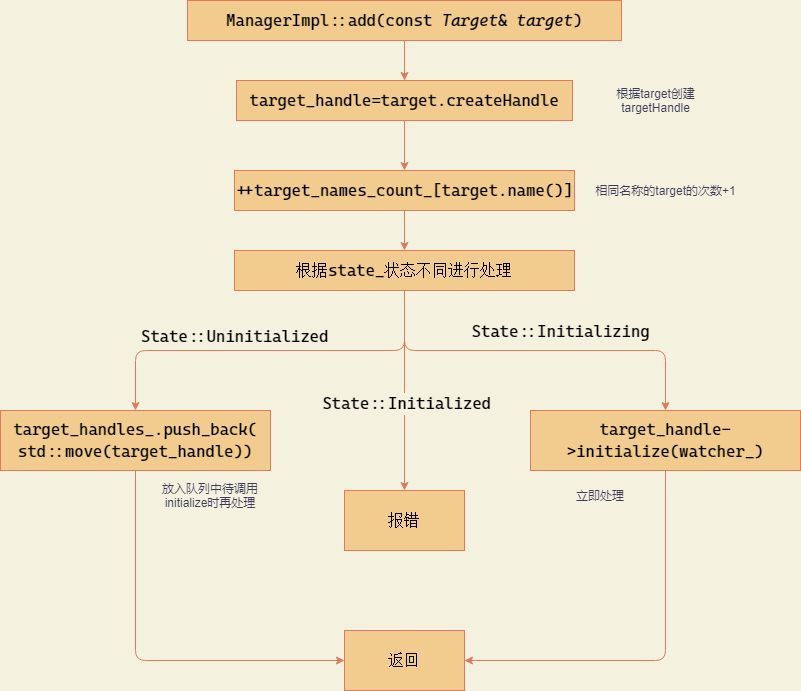
Above: envoy/assets/init-manager-add.drawio.png in pycer/note (draw.io), before the change. Source tidied: cells renumbered, new cells last; positions are measured from the earlier drawing's top-left corner, leaving out a move shared by most shapes.
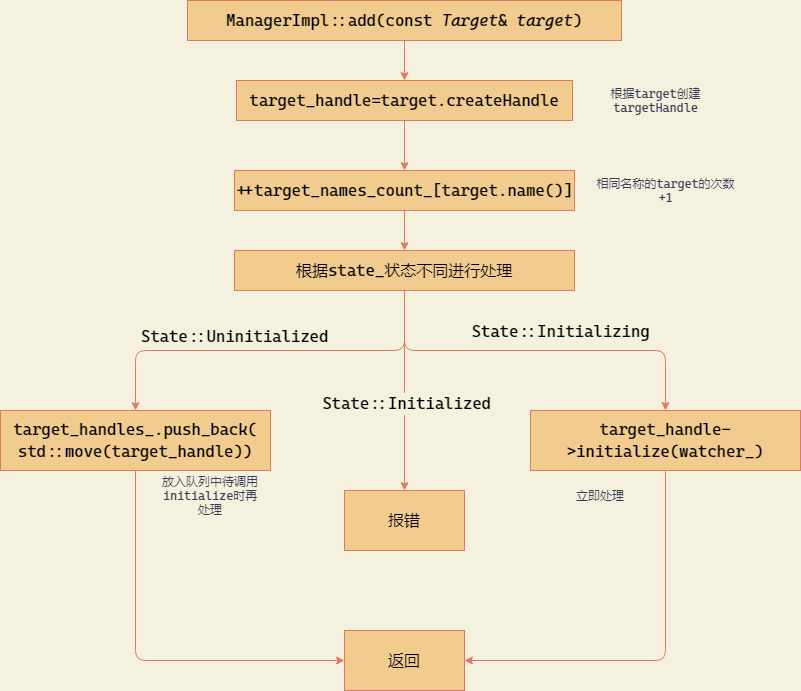
After the change.

Commit message:
[envoy] modify init manager

What changed in the source:
```diff
@@ -2,97 +2,97 @@
   <root>
     <mxCell id="0" />
     <mxCell id="1" parent="0" />
-    <mxCell id="2" style="edgeStyle=orthogonalEdgeStyle;rounded=0;jettySize=auto;html=1;strokeColor=#E07A5F;fontColor=#393C56;labelBackgroundColor=#F4F1DE;" parent="1" edge="1" source="3" target="5">
+    <mxCell id="2" style="edgeStyle=orthogonalEdgeStyle;rounded=0;jettySize=auto;html=1;strokeColor=#E07A5F;fontColor=#393C56;labelBackgroundColor=#F4F1DE;fontFamily=Cascadia Code;" parent="1" edge="1" source="3" target="5">
       <mxGeometry relative="1" as="geometry" />
     </mxCell>
-    <mxCell id="3" value="&lt;div style=&quot;font-family: &amp;#34;cascadia code&amp;#34; , &amp;#34;consolas&amp;#34; , &amp;#34;courier new&amp;#34; , monospace , &amp;#34;consolas&amp;#34; , &amp;#34;courier new&amp;#34; , monospace ; font-size: 16px ; line-height: 22px&quot;&gt;&lt;font color=&quot;#000000&quot;&gt;&lt;span style=&quot;font-family: &amp;#34;cascadia code&amp;#34; , &amp;#34;consolas&amp;#34; , &amp;#34;courier new&amp;#34; , monospace , &amp;#34;consolas&amp;#34; , &amp;#34;courier new&amp;#34; , monospace&quot;&gt;target_handle=&lt;/span&gt;target.createHandle&lt;/font&gt;&lt;/div&gt;" style="rounded=0;whiteSpace=wrap;html=1;fillColor=#F2CC8F;strokeColor=#E07A5F;fontColor=#393C56;" parent="1" vertex="1">
+    <mxCell id="3" value="&lt;div style=&quot;font-size: 16px; line-height: 22px;&quot;&gt;&lt;font color=&quot;#000000&quot;&gt;&lt;span style=&quot;&quot;&gt;target_handle=&lt;/span&gt;target.createHandle&lt;/font&gt;&lt;/div&gt;" style="rounded=0;whiteSpace=wrap;html=1;fillColor=#F2CC8F;strokeColor=#E07A5F;fontColor=#393C56;fontFamily=Cascadia Code;" parent="1" vertex="1">
       <mxGeometry x="236" y="80" width="336" height="40" as="geometry" />
     </mxCell>
-    <mxCell id="4" style="edgeStyle=orthogonalEdgeStyle;rounded=0;jettySize=auto;html=1;strokeColor=#E07A5F;fontColor=#393C56;labelBackgroundColor=#F4F1DE;" parent="1" edge="1" source="5" target="9">
+    <mxCell id="4" style="edgeStyle=orthogonalEdgeStyle;rounded=0;jettySize=auto;html=1;strokeColor=#E07A5F;fontColor=#393C56;labelBackgroundColor=#F4F1DE;fontFamily=Cascadia Code;" parent="1" edge="1" source="5" target="9">
       <mxGeometry relative="1" as="geometry" />
     </mxCell>
-    <mxCell id="5" value="&lt;div style=&quot;font-family: &amp;#34;cascadia code&amp;#34; , &amp;#34;consolas&amp;#34; , &amp;#34;courier new&amp;#34; , monospace , &amp;#34;consolas&amp;#34; , &amp;#34;courier new&amp;#34; , monospace ; font-size: 16px ; line-height: 22px&quot;&gt;&lt;div style=&quot;font-family: &amp;#34;cascadia code&amp;#34; , &amp;#34;consolas&amp;#34; , &amp;#34;courier new&amp;#34; , monospace , &amp;#34;consolas&amp;#34; , &amp;#34;courier new&amp;#34; , monospace ; line-height: 22px&quot;&gt;&lt;font color=&quot;#000000&quot;&gt;++target_names_count_[target.name()]&lt;/font&gt;&lt;/div&gt;&lt;/div&gt;" style="rounded=0;whiteSpace=wrap;html=1;fillColor=#F2CC8F;strokeColor=#E07A5F;fontColor=#393C56;" parent="1" vertex="1">
+    <mxCell id="5" value="&lt;div style=&quot;font-size: 16px; line-height: 22px;&quot;&gt;&lt;div style=&quot;line-height: 22px;&quot;&gt;&lt;font color=&quot;#000000&quot;&gt;++target_names_count_[target.name()]&lt;/font&gt;&lt;/div&gt;&lt;/div&gt;" style="rounded=0;whiteSpace=wrap;html=1;fillColor=#F2CC8F;strokeColor=#E07A5F;fontColor=#393C56;fontFamily=Cascadia Code;" parent="1" vertex="1">
       <mxGeometry x="234" y="170" width="340" height="40" as="geometry" />
     </mxCell>
-    <mxCell id="6" value="&lt;div style=&quot;font-family: &amp;#34;cascadia code&amp;#34; , &amp;#34;consolas&amp;#34; , &amp;#34;courier new&amp;#34; , monospace , &amp;#34;consolas&amp;#34; , &amp;#34;courier new&amp;#34; , monospace ; font-size: 16px ; line-height: 22px&quot;&gt;&lt;font color=&quot;#000000&quot;&gt;target_handles_.push_back(&lt;/font&gt;&lt;/div&gt;&lt;div style=&quot;font-family: &amp;#34;cascadia code&amp;#34; , &amp;#34;consolas&amp;#34; , &amp;#34;courier new&amp;#34; , monospace , &amp;#34;consolas&amp;#34; , &amp;#34;courier new&amp;#34; , monospace ; font-size: 16px ; line-height: 22px&quot;&gt;&lt;font color=&quot;#000000&quot;&gt;std::move(target_handle))&lt;/font&gt;&lt;/div&gt;" style="rounded=0;whiteSpace=wrap;html=1;fillColor=#F2CC8F;strokeColor=#E07A5F;fontColor=#393C56;" parent="1" vertex="1">
+    <mxCell id="6" value="&lt;div style=&quot;font-size: 16px; line-height: 22px;&quot;&gt;&lt;font color=&quot;#000000&quot;&gt;target_handles_.push_back(&lt;/font&gt;&lt;/div&gt;&lt;div style=&quot;font-size: 16px; line-height: 22px;&quot;&gt;&lt;font color=&quot;#000000&quot;&gt;std::move(target_handle))&lt;/font&gt;&lt;/div&gt;" style="rounded=0;whiteSpace=wrap;html=1;fillColor=#F2CC8F;strokeColor=#E07A5F;fontColor=#393C56;fontFamily=Cascadia Code;" parent="1" vertex="1">
       <mxGeometry y="410" width="270" height="60" as="geometry" />
     </mxCell>
-    <mxCell id="7" style="endArrow=classic;html=1;exitX=0.5;exitY=1;exitDx=0;exitDy=0;edgeStyle=orthogonalEdgeStyle;strokeColor=#E07A5F;fontColor=#393C56;labelBackgroundColor=#F4F1DE;" parent="1" edge="1" source="9" target="6">
+    <mxCell id="7" style="endArrow=classic;html=1;exitX=0.5;exitY=1;exitDx=0;exitDy=0;edgeStyle=orthogonalEdgeStyle;strokeColor=#E07A5F;fontColor=#393C56;labelBackgroundColor=#F4F1DE;fontFamily=Cascadia Code;" parent="1" edge="1" source="9" target="6">
       <mxGeometry relative="1" as="geometry" />
     </mxCell>
-    <mxCell id="8" value="&lt;div style=&quot;font-family: &amp;#34;cascadia code&amp;#34; , &amp;#34;consolas&amp;#34; , &amp;#34;courier new&amp;#34; , monospace , &amp;#34;consolas&amp;#34; , &amp;#34;courier new&amp;#34; , monospace ; font-size: 16px ; line-height: 22px&quot;&gt;&lt;font color=&quot;#000000&quot;&gt;State::Uninitialized&lt;/font&gt;&lt;/div&gt;" style="edgeLabel;html=1;align=center;verticalAlign=middle;fontColor=#393C56;labelBackgroundColor=#F4F1DE;" parent="7" vertex="1">
+    <mxCell id="8" value="&lt;div style=&quot;font-size: 16px; line-height: 22px;&quot;&gt;&lt;font color=&quot;#000000&quot;&gt;State::Uninitialized&lt;/font&gt;&lt;/div&gt;" style="edgeLabel;html=1;align=center;verticalAlign=middle;fontColor=#393C56;labelBackgroundColor=#F4F1DE;fontFamily=Cascadia Code;" parent="7" vertex="1">
       <mxGeometry x="0.15" relative="1" as="geometry">
         <mxPoint x="-7" y="-15" as="offset" />
       </mxGeometry>
     </mxCell>
-    <mxCell id="9" value="&lt;div style=&quot;font-family: &amp;#34;cascadia code&amp;#34; , &amp;#34;consolas&amp;#34; , &amp;#34;courier new&amp;#34; , monospace , &amp;#34;consolas&amp;#34; , &amp;#34;courier new&amp;#34; , monospace ; font-size: 16px ; line-height: 22px&quot;&gt;&lt;div style=&quot;font-family: &amp;#34;cascadia code&amp;#34; , &amp;#34;consolas&amp;#34; , &amp;#34;courier new&amp;#34; , monospace , &amp;#34;consolas&amp;#34; , &amp;#34;courier new&amp;#34; , monospace ; line-height: 22px&quot;&gt;&lt;font color=&quot;#000000&quot;&gt;根据state_状态不同进行处理&lt;/font&gt;&lt;/div&gt;&lt;/div&gt;" style="rounded=0;whiteSpace=wrap;html=1;fillColor=#F2CC8F;strokeColor=#E07A5F;fontColor=#393C56;" parent="1" vertex="1">
+    <mxCell id="9" value="&lt;div style=&quot;font-size: 16px; line-height: 22px;&quot;&gt;&lt;div style=&quot;line-height: 22px;&quot;&gt;&lt;font color=&quot;#000000&quot;&gt;根据state_状态不同进行处理&lt;/font&gt;&lt;/div&gt;&lt;/div&gt;" style="rounded=0;whiteSpace=wrap;html=1;fillColor=#F2CC8F;strokeColor=#E07A5F;fontColor=#393C56;fontFamily=Cascadia Code;" parent="1" vertex="1">
       <mxGeometry x="234" y="250" width="340" height="40" as="geometry" />
     </mxCell>
-    <mxCell id="10" value="&lt;div style=&quot;font-family: &amp;#34;cascadia code&amp;#34; , &amp;#34;consolas&amp;#34; , &amp;#34;courier new&amp;#34; , monospace , &amp;#34;consolas&amp;#34; , &amp;#34;courier new&amp;#34; , monospace ; font-size: 16px ; line-height: 22px&quot;&gt;&lt;div style=&quot;font-family: &amp;#34;cascadia code&amp;#34; , &amp;#34;consolas&amp;#34; , &amp;#34;courier new&amp;#34; , monospace , &amp;#34;consolas&amp;#34; , &amp;#34;courier new&amp;#34; , monospace ; line-height: 22px&quot;&gt;&lt;font color=&quot;#000000&quot;&gt;target_handle-&amp;gt;initialize(watcher_)&lt;/font&gt;&lt;/div&gt;&lt;/div&gt;" style="rounded=0;whiteSpace=wrap;html=1;fillColor=#F2CC8F;strokeColor=#E07A5F;fontColor=#393C56;" parent="1" vertex="1">
+    <mxCell id="10" value="&lt;div style=&quot;font-size: 16px; line-height: 22px;&quot;&gt;&lt;div style=&quot;line-height: 22px;&quot;&gt;&lt;font color=&quot;#000000&quot;&gt;target_handle-&amp;gt;initialize(watcher_)&lt;/font&gt;&lt;/div&gt;&lt;/div&gt;" style="rounded=0;whiteSpace=wrap;html=1;fillColor=#F2CC8F;strokeColor=#E07A5F;fontColor=#393C56;fontFamily=Cascadia Code;" parent="1" vertex="1">
       <mxGeometry x="530" y="410" width="270" height="60" as="geometry" />
     </mxCell>
-    <mxCell id="11" style="endArrow=classic;html=1;exitX=0.5;exitY=1;exitDx=0;exitDy=0;edgeStyle=orthogonalEdgeStyle;entryX=0.5;entryY=0;entryDx=0;entryDy=0;strokeColor=#E07A5F;fontColor=#393C56;labelBackgroundColor=#F4F1DE;" parent="1" edge="1" source="9" target="10">
+    <mxCell id="11" style="endArrow=classic;html=1;exitX=0.5;exitY=1;exitDx=0;exitDy=0;edgeStyle=orthogonalEdgeStyle;entryX=0.5;entryY=0;entryDx=0;entryDy=0;strokeColor=#E07A5F;fontColor=#393C56;labelBackgroundColor=#F4F1DE;fontFamily=Cascadia Code;" parent="1" edge="1" source="9" target="10">
       <mxGeometry relative="1" as="geometry" />
     </mxCell>
-    <mxCell id="12" value="&lt;div style=&quot;font-family: &amp;#34;cascadia code&amp;#34; , &amp;#34;consolas&amp;#34; , &amp;#34;courier new&amp;#34; , monospace , &amp;#34;consolas&amp;#34; , &amp;#34;courier new&amp;#34; , monospace ; font-size: 16px ; line-height: 22px&quot;&gt;&lt;font color=&quot;#000000&quot;&gt;State::Initializing&lt;/font&gt;&lt;/div&gt;" style="edgeLabel;html=1;align=center;verticalAlign=middle;fontColor=#393C56;labelBackgroundColor=#F4F1DE;" parent="11" vertex="1">
+    <mxCell id="12" value="&lt;div style=&quot;font-size: 16px; line-height: 22px;&quot;&gt;&lt;font color=&quot;#000000&quot;&gt;State::Initializing&lt;/font&gt;&lt;/div&gt;" style="edgeLabel;html=1;align=center;verticalAlign=middle;fontColor=#393C56;labelBackgroundColor=#F4F1DE;fontFamily=Cascadia Code;" parent="11" vertex="1">
       <mxGeometry x="-0.13" y="2" relative="1" as="geometry">
         <mxPoint x="50" y="-18" as="offset" />
       </mxGeometry>
     </mxCell>
-    <mxCell id="13" style="endArrow=classic;html=1;entryX=0.5;entryY=0;entryDx=0;entryDy=0;strokeColor=#E07A5F;fontColor=#393C56;labelBackgroundColor=#F4F1DE;" parent="1" edge="1">
+    <mxCell id="13" style="endArrow=classic;html=1;entryX=0.5;entryY=0;entryDx=0;entryDy=0;strokeColor=#E07A5F;fontColor=#393C56;labelBackgroundColor=#F4F1DE;fontFamily=Cascadia Code;" parent="1" edge="1">
       <mxGeometry relative="1" as="geometry">
         <mxPoint x="404" y="290" as="sourcePoint" />
         <mxPoint x="404" y="490" as="targetPoint" />
       </mxGeometry>
     </mxCell>
-    <mxCell id="14" value="&lt;div style=&quot;font-family: &amp;#34;cascadia code&amp;#34; , &amp;#34;consolas&amp;#34; , &amp;#34;courier new&amp;#34; , monospace , &amp;#34;consolas&amp;#34; , &amp;#34;courier new&amp;#34; , monospace ; font-size: 16px ; line-height: 22px&quot;&gt;&lt;font color=&quot;#000000&quot;&gt;State::Initialized&lt;/font&gt;&lt;/div&gt;" style="edgeLabel;html=1;align=center;verticalAlign=middle;fontColor=#393C56;labelBackgroundColor=#F4F1DE;" parent="13" vertex="1">
+    <mxCell id="14" value="&lt;div style=&quot;font-size: 16px; line-height: 22px;&quot;&gt;&lt;font color=&quot;#000000&quot;&gt;State::Initialized&lt;/font&gt;&lt;/div&gt;" style="edgeLabel;html=1;align=center;verticalAlign=middle;fontColor=#393C56;labelBackgroundColor=#F4F1DE;fontFamily=Cascadia Code;" parent="13" vertex="1">
       <mxGeometry x="0.12" y="1" relative="1" as="geometry" />
     </mxCell>
-    <mxCell id="15" style="edgeStyle=orthogonalEdgeStyle;rounded=0;jettySize=auto;html=1;strokeColor=#E07A5F;fontColor=#393C56;labelBackgroundColor=#F4F1DE;" parent="1" edge="1" source="16" target="3">
+    <mxCell id="15" style="edgeStyle=orthogonalEdgeStyle;rounded=0;jettySize=auto;html=1;strokeColor=#E07A5F;fontColor=#393C56;labelBackgroundColor=#F4F1DE;fontFamily=Cascadia Code;" parent="1" edge="1" source="16" target="3">
       <mxGeometry relative="1" as="geometry" />
     </mxCell>
-    <mxCell id="16" value="&lt;div style=&quot;font-family: &amp;#34;cascadia code&amp;#34; , &amp;#34;consolas&amp;#34; , &amp;#34;courier new&amp;#34; , monospace , &amp;#34;consolas&amp;#34; , &amp;#34;courier new&amp;#34; , monospace ; font-size: 16px ; line-height: 22px&quot;&gt;&lt;div style=&quot;font-family: &amp;#34;cascadia code&amp;#34; , &amp;#34;consolas&amp;#34; , &amp;#34;courier new&amp;#34; , monospace , &amp;#34;consolas&amp;#34; , &amp;#34;courier new&amp;#34; , monospace ; line-height: 22px&quot;&gt;&lt;font color=&quot;#000000&quot;&gt;ManagerImpl::add(const &lt;span style=&quot;font-style: italic&quot;&gt;Target&lt;/span&gt;&amp;amp; &lt;span style=&quot;font-style: italic&quot;&gt;target&lt;/span&gt;)&lt;/font&gt;&lt;/div&gt;&lt;/div&gt;" style="rounded=0;whiteSpace=wrap;html=1;fillColor=#F2CC8F;strokeColor=#E07A5F;fontColor=#393C56;" parent="1" vertex="1">
+    <mxCell id="16" value="&lt;div style=&quot;font-size: 16px; line-height: 22px;&quot;&gt;&lt;div style=&quot;line-height: 22px;&quot;&gt;&lt;font color=&quot;#000000&quot;&gt;ManagerImpl::add(const &lt;span style=&quot;font-style: italic&quot;&gt;Target&lt;/span&gt;&amp;amp; &lt;span style=&quot;font-style: italic&quot;&gt;target&lt;/span&gt;)&lt;/font&gt;&lt;/div&gt;&lt;/div&gt;" style="rounded=0;whiteSpace=wrap;html=1;fillColor=#F2CC8F;strokeColor=#E07A5F;fontColor=#393C56;fontFamily=Cascadia Code;" parent="1" vertex="1">
       <mxGeometry x="187" width="434" height="40" as="geometry" />
     </mxCell>
-    <mxCell id="17" value="&lt;font face=&quot;cascadia code, consolas, courier new, monospace, consolas, courier new, monospace&quot; color=&quot;#000000&quot;&gt;&lt;span style=&quot;font-size: 16px&quot;&gt;返回&lt;/span&gt;&lt;/font&gt;" style="whiteSpace=wrap;html=1;rounded=0;fillColor=#F2CC8F;strokeColor=#E07A5F;fontColor=#393C56;" parent="1" vertex="1">
+    <mxCell id="17" value="&lt;font color=&quot;#000000&quot;&gt;&lt;span style=&quot;font-size: 16px&quot;&gt;返回&lt;/span&gt;&lt;/font&gt;" style="whiteSpace=wrap;html=1;rounded=0;fillColor=#F2CC8F;strokeColor=#E07A5F;fontColor=#393C56;fontFamily=Cascadia Code;" parent="1" vertex="1">
       <mxGeometry x="344" y="630" width="120" height="60" as="geometry" />
     </mxCell>
-    <mxCell id="18" style="endArrow=classic;html=1;exitX=0.5;exitY=1;exitDx=0;exitDy=0;entryX=1;entryY=0.5;entryDx=0;entryDy=0;strokeColor=#E07A5F;fontColor=#393C56;labelBackgroundColor=#F4F1DE;" parent="1" edge="1" source="10" target="17">
+    <mxCell id="18" style="endArrow=classic;html=1;exitX=0.5;exitY=1;exitDx=0;exitDy=0;entryX=1;entryY=0.5;entryDx=0;entryDy=0;strokeColor=#E07A5F;fontColor=#393C56;labelBackgroundColor=#F4F1DE;fontFamily=Cascadia Code;" parent="1" edge="1" source="10" target="17">
       <mxGeometry relative="1" as="geometry">
         <Array as="points">
           <mxPoint x="665" y="660" />
         </Array>
       </mxGeometry>
     </mxCell>
-    <mxCell id="19" style="endArrow=classic;html=1;exitX=0.5;exitY=1;exitDx=0;exitDy=0;entryX=0;entryY=0.5;entryDx=0;entryDy=0;edgeStyle=orthogonalEdgeStyle;strokeColor=#E07A5F;fontColor=#393C56;labelBackgroundColor=#F4F1DE;" parent="1" edge="1" source="6" target="17">
+    <mxCell id="19" style="endArrow=classic;html=1;exitX=0.5;exitY=1;exitDx=0;exitDy=0;entryX=0;entryY=0.5;entryDx=0;entryDy=0;edgeStyle=orthogonalEdgeStyle;strokeColor=#E07A5F;fontColor=#393C56;labelBackgroundColor=#F4F1DE;fontFamily=Cascadia Code;" parent="1" edge="1" source="6" target="17">
       <mxGeometry relative="1" as="geometry">
         <Array as="points">
           <mxPoint x="135" y="660" />
         </Array>
       </mxGeometry>
     </mxCell>
-    <mxCell id="20" value="根据target创建targetHandle" style="text;html=1;strokeColor=none;fillColor=none;align=center;verticalAlign=middle;whiteSpace=wrap;rounded=0;fontColor=#393C56;" parent="1" vertex="1">
+    <mxCell id="20" value="根据target创建targetHandle" style="text;html=1;strokeColor=none;fillColor=none;align=center;verticalAlign=middle;whiteSpace=wrap;rounded=0;fontColor=#393C56;fontFamily=Cascadia Code;" parent="1" vertex="1">
       <mxGeometry x="581" y="90" width="149" height="20" as="geometry" />
     </mxCell>
-    <mxCell id="21" value="相同名称的target的次数+1" style="text;html=1;strokeColor=none;fillColor=none;align=center;verticalAlign=middle;whiteSpace=wrap;rounded=0;fontColor=#393C56;" parent="1" vertex="1">
+    <mxCell id="21" value="相同名称的target的次数+1" style="text;html=1;strokeColor=none;fillColor=none;align=center;verticalAlign=middle;whiteSpace=wrap;rounded=0;fontColor=#393C56;fontFamily=Cascadia Code;" parent="1" vertex="1">
       <mxGeometry x="590.5" y="180" width="149" height="20" as="geometry" />
     </mxCell>
-    <mxCell id="22" value="放入队列中待调用initialize时再处理" style="text;html=1;strokeColor=none;fillColor=none;align=center;verticalAlign=middle;whiteSpace=wrap;rounded=0;fontColor=#393C56;" parent="1" vertex="1">
+    <mxCell id="22" value="放入队列中待调用initialize时再处理" style="text;html=1;strokeColor=none;fillColor=none;align=center;verticalAlign=middle;whiteSpace=wrap;rounded=0;fontColor=#393C56;fontFamily=Cascadia Code;" parent="1" vertex="1">
       <mxGeometry x="160" y="450" width="100" height="90" as="geometry" />
     </mxCell>
-    <mxCell id="23" value="立即处理" style="text;html=1;strokeColor=none;fillColor=none;align=center;verticalAlign=middle;whiteSpace=wrap;rounded=0;fontColor=#393C56;" parent="1" vertex="1">
+    <mxCell id="23" value="立即处理" style="text;html=1;strokeColor=none;fillColor=none;align=center;verticalAlign=middle;whiteSpace=wrap;rounded=0;fontColor=#393C56;fontFamily=Cascadia Code;" parent="1" vertex="1">
       <mxGeometry x="550" y="450" width="100" height="90" as="geometry" />
     </mxCell>
-    <mxCell id="24" value="&lt;font color=&quot;#000000&quot; face=&quot;cascadia code, consolas, courier new, monospace, consolas, courier new, monospace&quot;&gt;&lt;span style=&quot;font-size: 16px&quot;&gt;报错&lt;/span&gt;&lt;/font&gt;" style="whiteSpace=wrap;html=1;rounded=0;fillColor=#F2CC8F;strokeColor=#E07A5F;fontColor=#393C56;" parent="1" vertex="1">
+    <mxCell id="24" value="&lt;font color=&quot;#000000&quot;&gt;&lt;span style=&quot;font-size: 16px&quot;&gt;报错&lt;/span&gt;&lt;/font&gt;" style="whiteSpace=wrap;html=1;rounded=0;fillColor=#F2CC8F;strokeColor=#E07A5F;fontColor=#393C56;fontFamily=Cascadia Code;" parent="1" vertex="1">
       <mxGeometry x="344" y="490" width="120" height="60" as="geometry" />
     </mxCell>
-    <mxCell id="25" value="&lt;div style=&quot;font-family: &amp;#34;cascadia code&amp;#34; , &amp;#34;consolas&amp;#34; , &amp;#34;courier new&amp;#34; , monospace , &amp;#34;consolas&amp;#34; , &amp;#34;courier new&amp;#34; , monospace ; font-size: 16px ; line-height: 22px&quot;&gt;&lt;div style=&quot;font-family: &amp;#34;cascadia code&amp;#34; , &amp;#34;consolas&amp;#34; , &amp;#34;courier new&amp;#34; , monospace , &amp;#34;consolas&amp;#34; , &amp;#34;courier new&amp;#34; , monospace ; line-height: 22px&quot;&gt;&lt;font color=&quot;#000000&quot;&gt;ManagerImpl::add(const &lt;span style=&quot;font-style: italic&quot;&gt;Target&lt;/span&gt;&amp;amp; &lt;span style=&quot;font-style: italic&quot;&gt;target&lt;/span&gt;)&lt;/font&gt;&lt;/div&gt;&lt;/div&gt;" style="rounded=0;whiteSpace=wrap;html=1;fillColor=#F2CC8F;strokeColor=#E07A5F;fontColor=#393C56;" parent="1" vertex="1">
+    <mxCell id="25" value="&lt;div style=&quot;font-size: 16px; line-height: 22px;&quot;&gt;&lt;div style=&quot;line-height: 22px;&quot;&gt;&lt;font color=&quot;#000000&quot;&gt;ManagerImpl::add(const &lt;span style=&quot;font-style: italic&quot;&gt;Target&lt;/span&gt;&amp;amp; &lt;span style=&quot;font-style: italic&quot;&gt;target&lt;/span&gt;)&lt;/font&gt;&lt;/div&gt;&lt;/div&gt;" style="rounded=0;whiteSpace=wrap;html=1;fillColor=#F2CC8F;strokeColor=#E07A5F;fontColor=#393C56;fontFamily=Cascadia Code;" parent="1" vertex="1">
       <mxGeometry x="187" width="434" height="40" as="geometry" />
     </mxCell>
-    <mxCell id="26" value="&lt;div style=&quot;font-family: &amp;#34;cascadia code&amp;#34; , &amp;#34;consolas&amp;#34; , &amp;#34;courier new&amp;#34; , monospace , &amp;#34;consolas&amp;#34; , &amp;#34;courier new&amp;#34; , monospace ; font-size: 16px ; line-height: 22px&quot;&gt;&lt;font color=&quot;#000000&quot;&gt;&lt;span style=&quot;font-family: &amp;#34;cascadia code&amp;#34; , &amp;#34;consolas&amp;#34; , &amp;#34;courier new&amp;#34; , monospace , &amp;#34;consolas&amp;#34; , &amp;#34;courier new&amp;#34; , monospace&quot;&gt;target_handle=&lt;/span&gt;target.createHandle&lt;/font&gt;&lt;/div&gt;" style="rounded=0;whiteSpace=wrap;html=1;fillColor=#F2CC8F;strokeColor=#E07A5F;fontColor=#393C56;" parent="1" vertex="1">
+    <mxCell id="26" value="&lt;div style=&quot;font-size: 16px; line-height: 22px;&quot;&gt;&lt;font color=&quot;#000000&quot;&gt;&lt;span style=&quot;&quot;&gt;target_handle=&lt;/span&gt;target.createHandle&lt;/font&gt;&lt;/div&gt;" style="rounded=0;whiteSpace=wrap;html=1;fillColor=#F2CC8F;strokeColor=#E07A5F;fontColor=#393C56;fontFamily=Cascadia Code;" parent="1" vertex="1">
       <mxGeometry x="236" y="80" width="336" height="40" as="geometry" />
     </mxCell>
-    <mxCell id="27" value="&lt;div style=&quot;font-family: &amp;#34;cascadia code&amp;#34; , &amp;#34;consolas&amp;#34; , &amp;#34;courier new&amp;#34; , monospace , &amp;#34;consolas&amp;#34; , &amp;#34;courier new&amp;#34; , monospace ; font-size: 16px ; line-height: 22px&quot;&gt;&lt;div style=&quot;font-family: &amp;#34;cascadia code&amp;#34; , &amp;#34;consolas&amp;#34; , &amp;#34;courier new&amp;#34; , monospace , &amp;#34;consolas&amp;#34; , &amp;#34;courier new&amp;#34; , monospace ; line-height: 22px&quot;&gt;&lt;font color=&quot;#000000&quot;&gt;++target_names_count_[target.name()]&lt;/font&gt;&lt;/div&gt;&lt;/div&gt;" style="rounded=0;whiteSpace=wrap;html=1;fillColor=#F2CC8F;strokeColor=#E07A5F;fontColor=#393C56;" parent="1" vertex="1">
+    <mxCell id="27" value="&lt;div style=&quot;font-size: 16px; line-height: 22px;&quot;&gt;&lt;div style=&quot;line-height: 22px;&quot;&gt;&lt;font color=&quot;#000000&quot;&gt;++target_names_count_[target.name()]&lt;/font&gt;&lt;/div&gt;&lt;/div&gt;" style="rounded=0;whiteSpace=wrap;html=1;fillColor=#F2CC8F;strokeColor=#E07A5F;fontColor=#393C56;fontFamily=Cascadia Code;" parent="1" vertex="1">
       <mxGeometry x="234" y="170" width="340" height="40" as="geometry" />
     </mxCell>
   </root>
```
